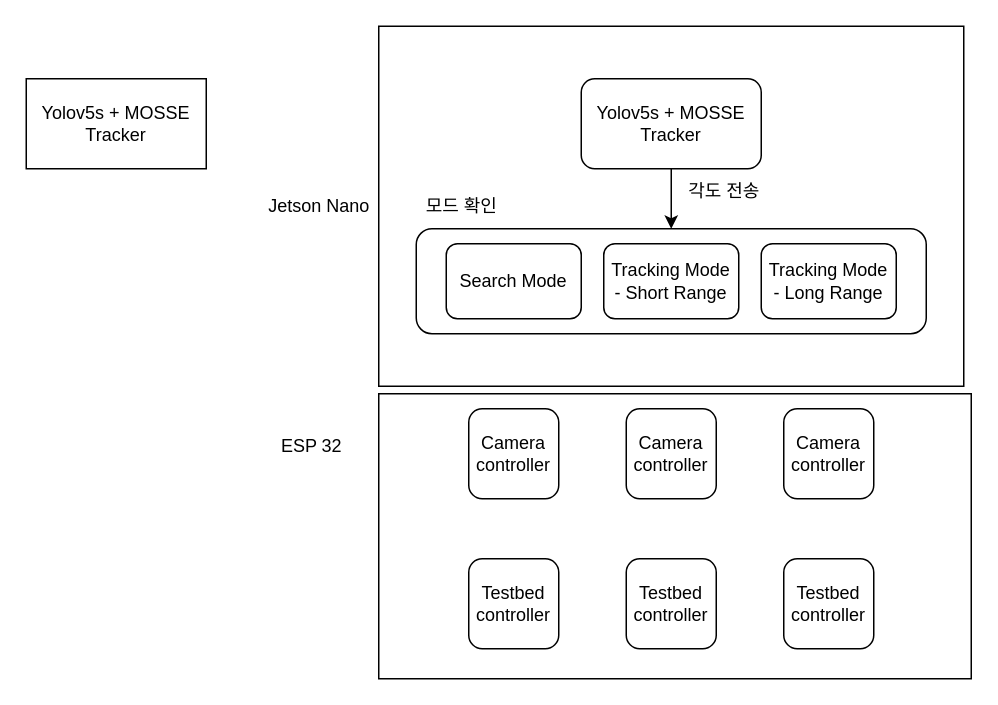
sonmyungwon/Software-Development keeps this draw.io diagram as system.drawio. Above is the earlier version. Source tidied: cells renumbered, new cells numbered last; positions are measured from the earlier drawing's top-left corner, leaving out a move shared by most shapes. Both pictures are drawn from the tidied source at 150%, with x=0, y=0 at pixel (26, 26).
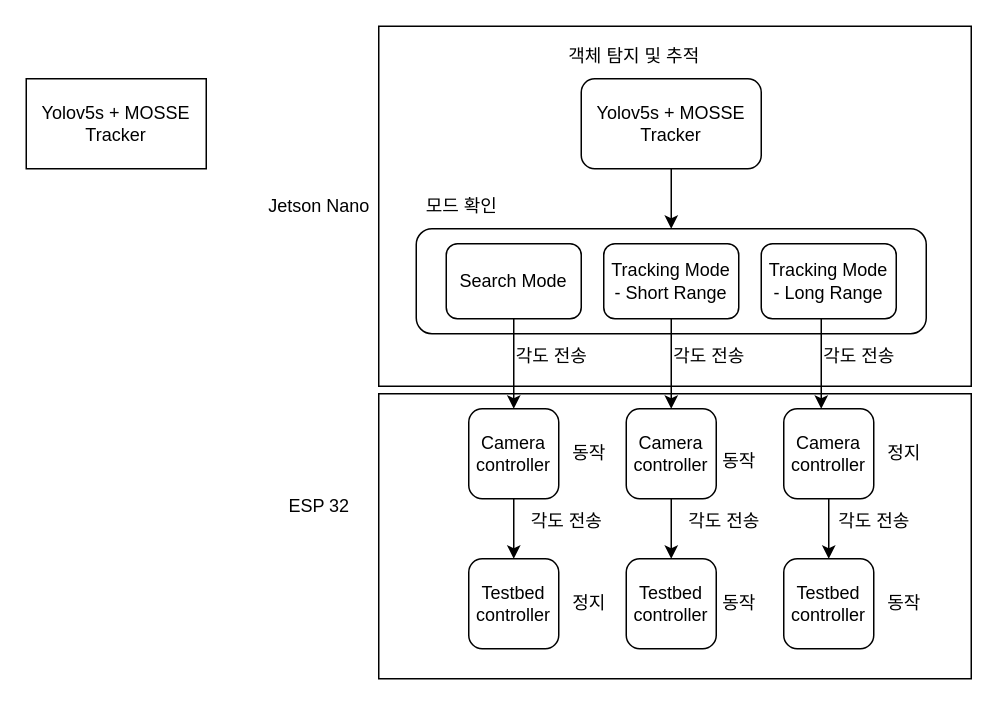
After the change.

Unchanged cells that the change refers to:
```xml
<mxCell id="7" value="Search Mode" style="rounded=1;whiteSpace=wrap;html=1;" parent="1" vertex="1">
  <mxGeometry x="280" y="145" width="90" height="50" as="geometry" />
</mxCell>
<mxCell id="13" value="Camera&lt;br&gt;controller" style="rounded=1;whiteSpace=wrap;html=1;" parent="1" vertex="1">
  <mxGeometry x="295" y="255" width="60" height="60" as="geometry" />
</mxCell>
<mxCell id="19" value="Testbed controller" style="rounded=1;whiteSpace=wrap;html=1;" parent="1" vertex="1">
  <mxGeometry x="505" y="355" width="60" height="60" as="geometry" />
</mxCell>
<mxCell id="20" value="Camera&lt;br&gt;controller" style="rounded=1;whiteSpace=wrap;html=1;" parent="1" vertex="1">
  <mxGeometry x="505" y="255" width="60" height="60" as="geometry" />
</mxCell>
```

What changed in the source:
```diff
@@
     <mxCell id="3" style="rounded=0;whiteSpace=wrap;html=1;" parent="1" vertex="1">
-      <mxGeometry x="235" width="390" height="240" as="geometry" />
+      <mxGeometry x="235" width="395" height="240" as="geometry" />
     </mxCell>
@@
+    <mxCell id="21" style="edgeStyle=orthogonalEdgeStyle;rounded=0;jettySize=auto;html=1;exitX=0.5;exitY=1;exitDx=0;exitDy=0;" parent="1" edge="1" source="7" target="13">
+      <mxGeometry relative="1" as="geometry" />
+    </mxCell>
@@
-    <mxCell id="11" value="각도 전송" style="text;html=1;align=center;verticalAlign=middle;strokeColor=none;fillColor=none;" parent="1" vertex="1">
-      <mxGeometry x="430" y="95" width="70" height="30" as="geometry" />
+    <mxCell id="11" value="객체 탐지 및 추적" style="text;html=1;align=center;verticalAlign=middle;strokeColor=none;fillColor=none;" parent="1" vertex="1">
+      <mxGeometry x="345" y="5" width="120" height="30" as="geometry" />
     </mxCell>
@@
     <mxCell id="16" value="ESP 32" style="text;html=1;align=center;verticalAlign=middle;strokeColor=none;fillColor=none;" parent="1" vertex="1">
-      <mxGeometry x="160" y="265" width="60" height="30" as="geometry" />
+      <mxGeometry x="165" y="305" width="60" height="30" as="geometry" />
     </mxCell>
@@
+    <mxCell id="22" style="edgeStyle=orthogonalEdgeStyle;rounded=0;jettySize=auto;html=1;exitX=0.5;exitY=1;exitDx=0;exitDy=0;entryX=0.5;entryY=0;entryDx=0;entryDy=0;" parent="1" edge="1" source="20" target="19">
+      <mxGeometry relative="1" as="geometry" />
+    </mxCell>
@@
+    <mxCell id="23" value="각도 전송" style="text;html=1;align=center;verticalAlign=middle;strokeColor=none;fillColor=none;" parent="1" vertex="1">
+      <mxGeometry x="315" y="205" width="70" height="30" as="geometry" />
+    </mxCell>
+    <mxCell id="24" style="edgeStyle=orthogonalEdgeStyle;rounded=0;orthogonalLoop=1;jettySize=auto;html=1;exitX=0.5;exitY=1;exitDx=0;exitDy=0;" parent="1" edge="1">
+      <mxGeometry relative="1" as="geometry">
+        <mxPoint x="430" y="195" as="sourcePoint" />
+        <mxPoint x="430" y="255" as="targetPoint" />
+      </mxGeometry>
+    </mxCell>
+    <mxCell id="25" value="각도 전송" style="text;html=1;align=center;verticalAlign=middle;strokeColor=none;fillColor=none;" parent="1" vertex="1">
+      <mxGeometry x="420" y="205" width="70" height="30" as="geometry" />
+    </mxCell>
+    <mxCell id="26" style="edgeStyle=orthogonalEdgeStyle;rounded=0;orthogonalLoop=1;jettySize=auto;html=1;exitX=0.5;exitY=1;exitDx=0;exitDy=0;" parent="1" edge="1">
+      <mxGeometry relative="1" as="geometry">
+        <mxPoint x="530" y="195" as="sourcePoint" />
+        <mxPoint x="530" y="255" as="targetPoint" />
+      </mxGeometry>
+    </mxCell>
+    <mxCell id="27" value="각도 전송" style="text;html=1;align=center;verticalAlign=middle;strokeColor=none;fillColor=none;" parent="1" vertex="1">
+      <mxGeometry x="520" y="205" width="70" height="30" as="geometry" />
+    </mxCell>
+    <mxCell id="28" value="각도 전송" style="text;html=1;align=center;verticalAlign=middle;strokeColor=none;fillColor=none;" parent="1" vertex="1">
+      <mxGeometry x="530" y="315" width="70" height="30" as="geometry" />
+    </mxCell>
+    <mxCell id="29" style="edgeStyle=orthogonalEdgeStyle;rounded=0;orthogonalLoop=1;jettySize=auto;html=1;exitX=0.5;exitY=1;exitDx=0;exitDy=0;entryX=0.5;entryY=0;entryDx=0;entryDy=0;" parent="1" edge="1">
+      <mxGeometry relative="1" as="geometry">
+        <mxPoint x="430" y="315" as="sourcePoint" />
+        <mxPoint x="430" y="355" as="targetPoint" />
+        <Array as="points">
+          <mxPoint x="430" y="335" />
+          <mxPoint x="430" y="335" />
+        </Array>
+      </mxGeometry>
+    </mxCell>
+    <mxCell id="30" value="각도 전송" style="text;html=1;align=center;verticalAlign=middle;strokeColor=none;fillColor=none;" parent="1" vertex="1">
+      <mxGeometry x="430" y="315" width="70" height="30" as="geometry" />
+    </mxCell>
+    <mxCell id="31" style="edgeStyle=orthogonalEdgeStyle;rounded=0;orthogonalLoop=1;jettySize=auto;html=1;exitX=0.5;exitY=1;exitDx=0;exitDy=0;entryX=0.5;entryY=0;entryDx=0;entryDy=0;" parent="1" edge="1">
+      <mxGeometry relative="1" as="geometry">
+        <mxPoint x="325" y="315" as="sourcePoint" />
+        <mxPoint x="325" y="355" as="targetPoint" />
+        <Array as="points">
+          <mxPoint x="325" y="335" />
+          <mxPoint x="325" y="335" />
+        </Array>
+      </mxGeometry>
+    </mxCell>
+    <mxCell id="32" value="각도 전송" style="text;html=1;align=center;verticalAlign=middle;strokeColor=none;fillColor=none;" parent="1" vertex="1">
+      <mxGeometry x="325" y="315" width="70" height="30" as="geometry" />
+    </mxCell>
+    <mxCell id="33" value="동작" style="text;html=1;align=center;verticalAlign=middle;strokeColor=none;fillColor=none;" parent="1" vertex="1">
+      <mxGeometry x="450" y="370" width="50" height="30" as="geometry" />
+    </mxCell>
+    <mxCell id="34" value="동작" style="text;html=1;align=center;verticalAlign=middle;strokeColor=none;fillColor=none;" parent="1" vertex="1">
+      <mxGeometry x="450" y="275" width="50" height="30" as="geometry" />
+    </mxCell>
+    <mxCell id="35" value="동작" style="text;html=1;align=center;verticalAlign=middle;strokeColor=none;fillColor=none;" parent="1" vertex="1">
+      <mxGeometry x="560" y="370" width="50" height="30" as="geometry" />
+    </mxCell>
+    <mxCell id="36" value="동작" style="text;html=1;align=center;verticalAlign=middle;strokeColor=none;fillColor=none;" parent="1" vertex="1">
+      <mxGeometry x="350" y="270" width="50" height="30" as="geometry" />
+    </mxCell>
+    <mxCell id="37" value="정지" style="text;html=1;align=center;verticalAlign=middle;strokeColor=none;fillColor=none;" parent="1" vertex="1">
+      <mxGeometry x="350" y="370" width="50" height="30" as="geometry" />
+    </mxCell>
+    <mxCell id="38" value="정지" style="text;html=1;align=center;verticalAlign=middle;strokeColor=none;fillColor=none;" parent="1" vertex="1">
+      <mxGeometry x="560" y="270" width="50" height="30" as="geometry" />
+    </mxCell>
```
